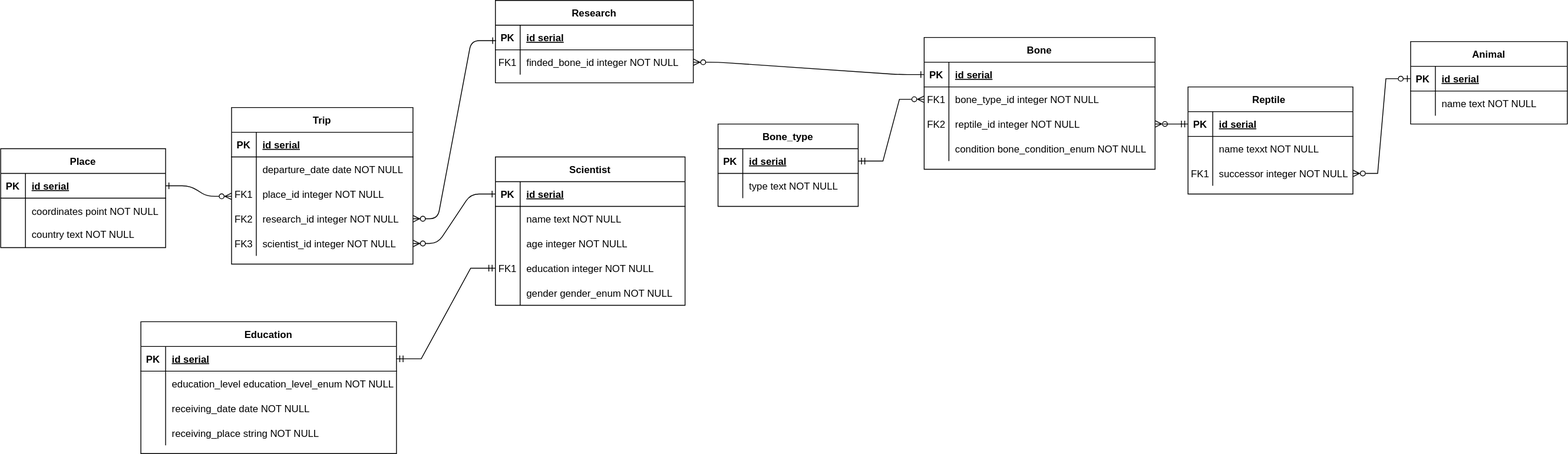
IlyaGorelov/itmo keeps this draw.io diagram as db/Lab1/Lab1_Datalogic.drawio.svg. Above is the earlier version. Source tidied: cells renumbered, new cells last; positions are measured from the earlier drawing's top-left corner, leaving out a move shared by most shapes.
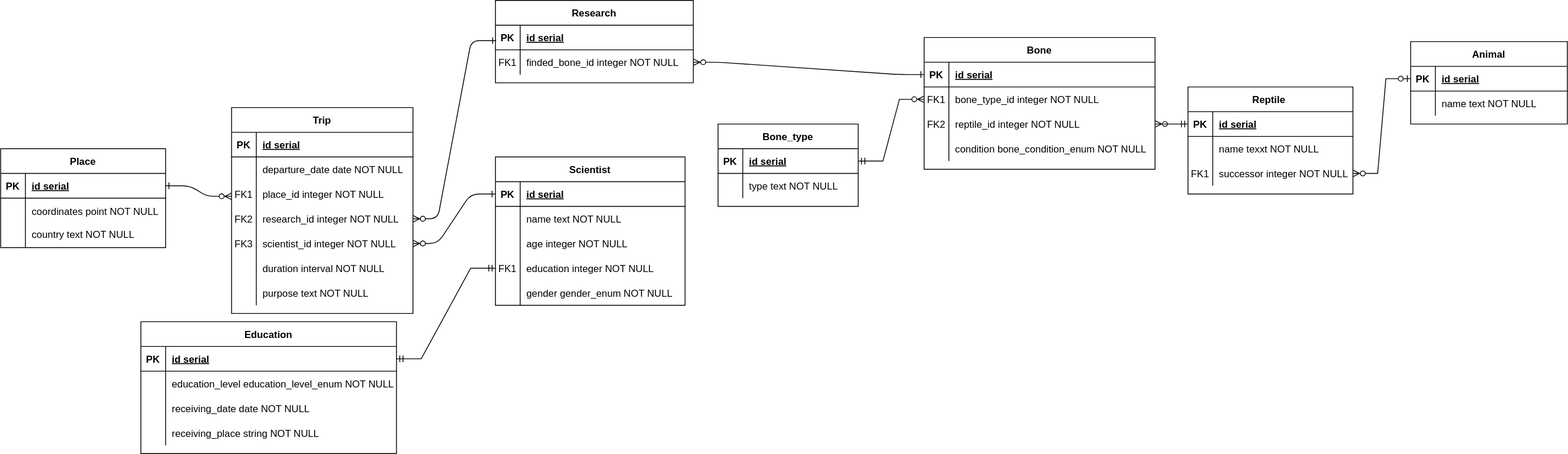
The same diagram one commit later.

What changed in the source:
```diff
@@ -6,7 +6,7 @@
       <mxGeometry relative="1" as="geometry" />
     </mxCell>
     <mxCell id="3" value="Trip" style="shape=table;startSize=30;rowLines=0;fontStyle=1;align=center;" parent="1" vertex="1">
-      <mxGeometry x="280" y="130" width="220" height="190" as="geometry" />
+      <mxGeometry x="280" y="130" width="220" height="250" as="geometry" />
     </mxCell>
     <mxCell id="4" style="shape=partialRectangle;fillColor=none;top=0;left=0;right=0;bottom=1;" parent="3" vertex="1">
       <mxGeometry y="30" width="220" height="30" as="geometry" />
@@ -53,6 +53,24 @@
     <mxCell id="18" value="scientist_id integer NOT NULL" style="shape=partialRectangle;overflow=hidden;fillColor=none;top=0;left=0;bottom=0;right=0;align=left;spacingLeft=6;" parent="16" vertex="1">
       <mxGeometry x="30" width="190" height="30" as="geometry" />
     </mxCell>
+    <mxCell id="106" style="shape=partialRectangle;fillColor=none;top=0;left=0;right=0;bottom=0;" parent="3" vertex="1">
+      <mxGeometry y="180" width="220" height="30" as="geometry" />
+    </mxCell>
+    <mxCell id="107" style="shape=partialRectangle;overflow=hidden;fillColor=none;top=0;left=0;bottom=0;right=0;" parent="106" vertex="1">
+      <mxGeometry width="30" height="30" as="geometry" />
+    </mxCell>
+    <mxCell id="108" value="duration interval NOT NULL" style="shape=partialRectangle;overflow=hidden;fillColor=none;top=0;left=0;bottom=0;right=0;align=left;spacingLeft=6;" parent="106" vertex="1">
+      <mxGeometry x="30" width="190" height="30" as="geometry" />
+    </mxCell>
+    <mxCell id="109" style="shape=partialRectangle;fillColor=none;top=0;left=0;right=0;bottom=0;" parent="3" vertex="1">
+      <mxGeometry y="210" width="220" height="30" as="geometry" />
+    </mxCell>
+    <mxCell id="110" style="shape=partialRectangle;overflow=hidden;fillColor=none;top=0;left=0;bottom=0;right=0;" parent="109" vertex="1">
+      <mxGeometry width="30" height="30" as="geometry" />
+    </mxCell>
+    <mxCell id="111" value="purpose text NOT NULL" style="shape=partialRectangle;overflow=hidden;fillColor=none;top=0;left=0;bottom=0;right=0;align=left;spacingLeft=6;" parent="109" vertex="1">
+      <mxGeometry x="30" width="190" height="30" as="geometry" />
+    </mxCell>
     <mxCell id="19" value="Research" style="shape=table;startSize=30;rowLines=0;fontStyle=1;align=center;" parent="1" vertex="1">
       <mxGeometry x="600" width="240" height="100" as="geometry" />
     </mxCell>
```
